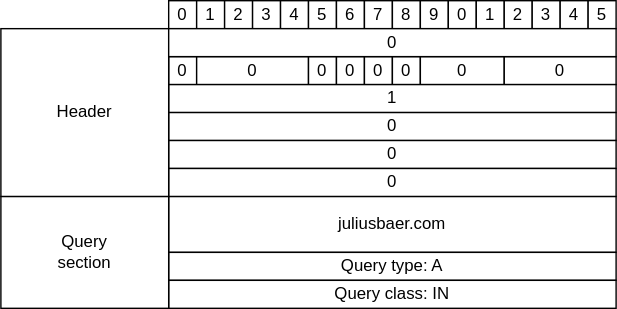
This is article/img/juliusbaer_dns_request.svg from theotrama/dns-resolver, a draw.io export, as it was before one commit. Source tidied: cells renumbered, new cells last; positions are measured from the earlier drawing's top-left corner, leaving out a move shared by most shapes.
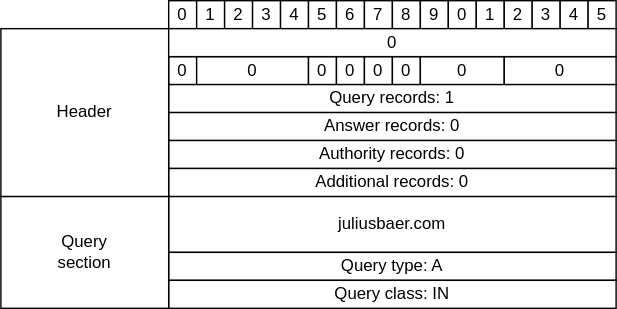
Above is the later version.

Diff of the diagram source:
```diff
@@ -86,16 +86,16 @@
     <mxCell id="29" value="0" style="rounded=0;whiteSpace=wrap;html=1;" parent="1" vertex="1">
       <mxGeometry x="360" y="40" width="80" height="20" as="geometry" />
     </mxCell>
-    <mxCell id="30" value="1" style="rounded=0;whiteSpace=wrap;html=1;" parent="1" vertex="1">
+    <mxCell id="30" value="Query records: 1" style="rounded=0;whiteSpace=wrap;html=1;" parent="1" vertex="1">
       <mxGeometry x="120" y="60" width="320" height="20" as="geometry" />
     </mxCell>
-    <mxCell id="31" value="0" style="rounded=0;whiteSpace=wrap;html=1;" parent="1" vertex="1">
+    <mxCell id="31" value="Answer records: 0" style="rounded=0;whiteSpace=wrap;html=1;" parent="1" vertex="1">
       <mxGeometry x="120" y="80" width="320" height="20" as="geometry" />
     </mxCell>
-    <mxCell id="32" value="0" style="rounded=0;whiteSpace=wrap;html=1;" parent="1" vertex="1">
+    <mxCell id="32" value="Authority records: 0" style="rounded=0;whiteSpace=wrap;html=1;" parent="1" vertex="1">
       <mxGeometry x="120" y="100" width="320" height="20" as="geometry" />
     </mxCell>
-    <mxCell id="33" value="0" style="rounded=0;whiteSpace=wrap;html=1;" parent="1" vertex="1">
+    <mxCell id="33" value="Additional records: 0" style="rounded=0;whiteSpace=wrap;html=1;" parent="1" vertex="1">
       <mxGeometry x="120" y="120" width="320" height="20" as="geometry" />
     </mxCell>
     <mxCell id="34" value="Header" style="rounded=0;whiteSpace=wrap;html=1;direction=west;" parent="1" vertex="1">
```
